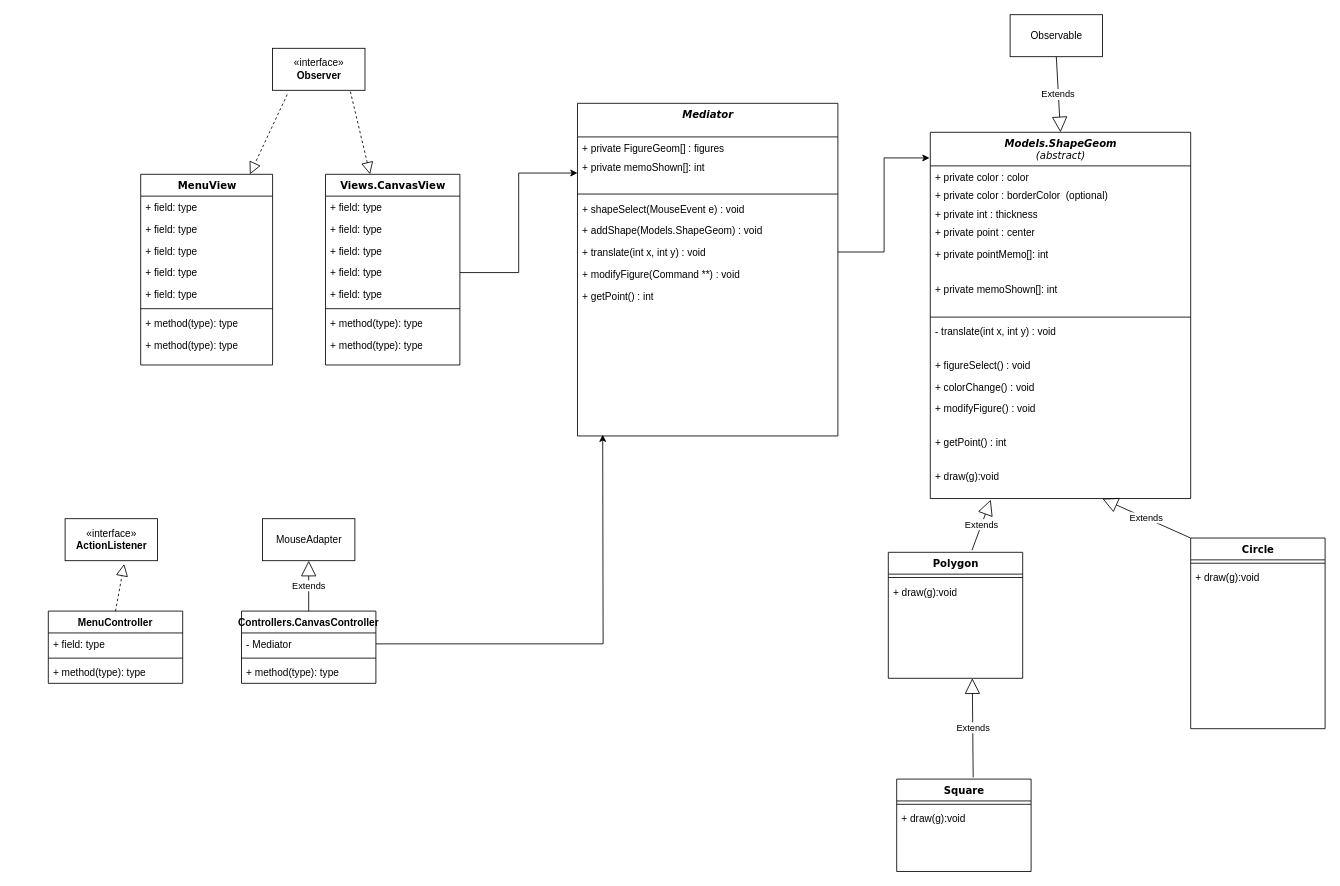
DrNossberg/GeomPaint keeps this draw.io diagram as ClassDiagram.drawio. Above is the earlier version. Source tidied: cells renumbered, new cells numbered last; positions are measured from the earlier drawing's top-left corner, leaving out a move shared by most shapes. Both pictures are drawn from the tidied source at 84%, with x=0, y=0 at pixel (48, 14).
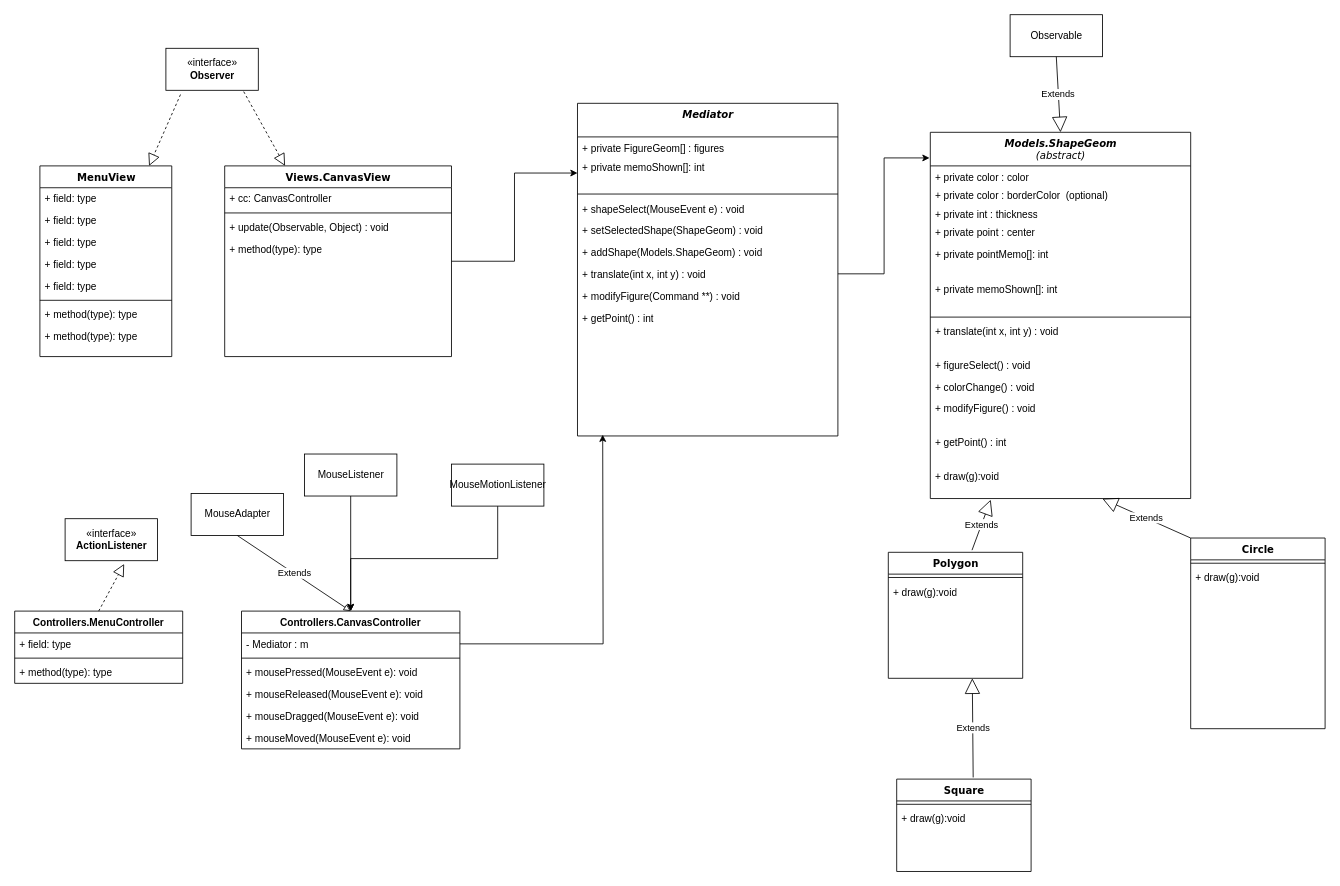
The same page after the edit.

Commit message:
[ClassDiagram] Updated Canvas Controller to match last push

Unchanged cells that the change refers to:
```xml
<mxCell id="2" value="&lt;div&gt;&lt;i&gt;Models.ShapeGeom&lt;/i&gt;&lt;/div&gt;&lt;div&gt;&lt;i&gt;&lt;span style=&quot;font-weight: normal&quot;&gt;(abstract)&lt;/span&gt;&lt;br&gt;&lt;/i&gt;&lt;/div&gt;" style="swimlane;html=1;fontStyle=1;align=center;verticalAlign=top;horizontal=1;startSize=40;swimlaneFillColor=#ffffff;rounded=0;shadow=0;comic=0;labelBackgroundColor=none;strokeWidth=1;fillColor=none;fontFamily=Verdana;fontSize=12;" parent="1" vertex="1">
  <mxGeometry x="1050" y="140" width="310" height="436" as="geometry" />
</mxCell>
<mxCell id="35" value="&lt;div&gt;&lt;i&gt;Mediator&lt;/i&gt;&lt;/div&gt;" style="swimlane;html=1;fontStyle=1;align=center;verticalAlign=top;horizontal=1;startSize=40;swimlaneFillColor=#ffffff;rounded=0;shadow=0;comic=0;labelBackgroundColor=none;strokeWidth=1;fillColor=none;fontFamily=Verdana;fontSize=12;" parent="1" vertex="1">
  <mxGeometry x="630" y="105.5" width="310" height="396" as="geometry" />
</mxCell>
<mxCell id="37" value="&lt;div&gt;+ private memoShown[]: int&lt;br&gt;&lt;/div&gt;&lt;div&gt;&lt;br&gt;&lt;/div&gt;" style="text;html=1;strokeColor=none;fillColor=none;align=left;verticalAlign=top;spacingLeft=4;spacingRight=4;whiteSpace=wrap;overflow=hidden;points=[[0,0.5],[1,0.5]];portConstraint=eastwest;" parent="35" vertex="1">
  <mxGeometry y="62" width="310" height="42" as="geometry" />
</mxCell>
```

The edit, as a diff of the source:
```diff
@@
-    <mxCell id="10" value="- translate(int x, int y) : void" style="text;html=1;strokeColor=none;fillColor=none;align=left;verticalAlign=top;spacingLeft=4;spacingRight=4;whiteSpace=wrap;overflow=hidden;" parent="2" vertex="1">
+    <mxCell id="10" value="+ translate(int x, int y) : void" style="text;html=1;strokeColor=none;fillColor=none;align=left;verticalAlign=top;spacingLeft=4;spacingRight=4;whiteSpace=wrap;overflow=hidden;" parent="2" vertex="1">
       <mxGeometry y="224" width="310" height="40" as="geometry" />
     </mxCell>
@@
     <mxCell id="22" value="Views.CanvasView" style="swimlane;html=1;fontStyle=1;align=center;verticalAlign=top;horizontal=1;startSize=26;swimlaneFillColor=#ffffff;rounded=0;shadow=0;comic=0;labelBackgroundColor=none;strokeWidth=1;fillColor=none;fontFamily=Verdana;fontSize=12;" parent="1" vertex="1">
-      <mxGeometry x="330" y="190" width="160" height="227" as="geometry" />
+      <mxGeometry x="210" y="180" width="270" height="227" as="geometry" />
     </mxCell>
-    <mxCell id="23" value="+ field: type" style="text;html=1;strokeColor=none;fillColor=none;align=left;verticalAlign=top;spacingLeft=4;spacingRight=4;whiteSpace=wrap;overflow=hidden;" parent="22" vertex="1">
-      <mxGeometry y="26" width="160" height="26" as="geometry" />
+    <mxCell id="23" value="+ cc: CanvasController" style="text;html=1;strokeColor=none;fillColor=none;align=left;verticalAlign=top;spacingLeft=4;spacingRight=4;whiteSpace=wrap;overflow=hidden;" parent="22" vertex="1">
+      <mxGeometry y="26" width="270" height="26" as="geometry" />
     </mxCell>
-    <mxCell id="24" value="+ field: type" style="text;html=1;strokeColor=none;fillColor=none;align=left;verticalAlign=top;spacingLeft=4;spacingRight=4;whiteSpace=wrap;overflow=hidden;" parent="22" vertex="1">
-      <mxGeometry y="52" width="160" height="26" as="geometry" />
-    </mxCell>
-    <mxCell id="25" value="+ field: type" style="text;html=1;strokeColor=none;fillColor=none;align=left;verticalAlign=top;spacingLeft=4;spacingRight=4;whiteSpace=wrap;overflow=hidden;" parent="22" vertex="1">
-      <mxGeometry y="78" width="160" height="26" as="geometry" />
-    </mxCell>
-    <mxCell id="26" value="+ field: type" style="text;html=1;strokeColor=none;fillColor=none;align=left;verticalAlign=top;spacingLeft=4;spacingRight=4;whiteSpace=wrap;overflow=hidden;points=[[0,0.5],[1,0.5]];portConstraint=eastwest;" parent="22" vertex="1">
-      <mxGeometry y="104" width="160" height="26" as="geometry" />
-    </mxCell>
-    <mxCell id="27" value="+ field: type" style="text;html=1;strokeColor=none;fillColor=none;align=left;verticalAlign=top;spacingLeft=4;spacingRight=4;whiteSpace=wrap;overflow=hidden;" parent="22" vertex="1">
-      <mxGeometry y="130" width="160" height="26" as="geometry" />
-    </mxCell>
     <mxCell id="28" style="line;html=1;strokeWidth=1;fillColor=none;align=left;verticalAlign=middle;spacingTop=-1;spacingLeft=3;spacingRight=3;labelPosition=right;" parent="22" vertex="1">
-      <mxGeometry y="156" width="160" height="8" as="geometry" />
+      <mxGeometry y="52" width="270" height="8" as="geometry" />
     </mxCell>
-    <mxCell id="29" value="+ method(type): type" style="text;html=1;strokeColor=none;fillColor=none;align=left;verticalAlign=top;spacingLeft=4;spacingRight=4;whiteSpace=wrap;overflow=hidden;" parent="22" vertex="1">
-      <mxGeometry y="164" width="160" height="26" as="geometry" />
+    <mxCell id="29" value="+ update(Observable, Object) : void" style="text;html=1;strokeColor=none;fillColor=none;align=left;verticalAlign=top;spacingLeft=4;spacingRight=4;whiteSpace=wrap;overflow=hidden;" parent="22" vertex="1">
+      <mxGeometry y="60" width="270" height="26" as="geometry" />
     </mxCell>
     <mxCell id="30" value="+ method(type): type" style="text;html=1;strokeColor=none;fillColor=none;align=left;verticalAlign=top;spacingLeft=4;spacingRight=4;whiteSpace=wrap;overflow=hidden;" parent="22" vertex="1">
-      <mxGeometry y="190" width="160" height="26" as="geometry" />
+      <mxGeometry y="86" width="270" height="26" as="geometry" />
     </mxCell>
@@
+    <mxCell id="75" value="+ setSelectedShape(ShapeGeom) : void" style="text;html=1;strokeColor=none;fillColor=none;align=left;verticalAlign=top;spacingLeft=4;spacingRight=4;whiteSpace=wrap;overflow=hidden;" parent="35" vertex="1">
+      <mxGeometry y="138" width="310" height="26" as="geometry" />
+    </mxCell>
     <mxCell id="40" value="+ addShape(Models.ShapeGeom) : void" style="text;html=1;strokeColor=none;fillColor=none;align=left;verticalAlign=top;spacingLeft=4;spacingRight=4;whiteSpace=wrap;overflow=hidden;" parent="35" vertex="1">
-      <mxGeometry y="138" width="310" height="26" as="geometry" />
+      <mxGeometry y="164" width="310" height="26" as="geometry" />
     </mxCell>
     <mxCell id="41" value="+ translate(int x, int y) : void" style="text;html=1;strokeColor=none;fillColor=none;align=left;verticalAlign=top;spacingLeft=4;spacingRight=4;whiteSpace=wrap;overflow=hidden;points=[[0,0.5],[1,0.5]];portConstraint=eastwest;" parent="35" vertex="1">
-      <mxGeometry y="164" width="310" height="26" as="geometry" />
+      <mxGeometry y="190" width="310" height="26" as="geometry" />
     </mxCell>
     <mxCell id="42" value="+ modifyFigure(Command **) : void" style="text;html=1;strokeColor=none;fillColor=none;align=left;verticalAlign=top;spacingLeft=4;spacingRight=4;whiteSpace=wrap;overflow=hidden;" parent="35" vertex="1">
-      <mxGeometry y="190" width="310" height="26" as="geometry" />
+      <mxGeometry y="216" width="310" height="26" as="geometry" />
     </mxCell>
     <mxCell id="43" value="+ getPoint() : int" style="text;html=1;strokeColor=none;fillColor=none;align=left;verticalAlign=top;spacingLeft=4;spacingRight=4;whiteSpace=wrap;overflow=hidden;" parent="35" vertex="1">
-      <mxGeometry y="216" width="310" height="26" as="geometry" />
+      <mxGeometry y="242" width="310" height="26" as="geometry" />
     </mxCell>
     <mxCell id="44" value="MenuView" style="swimlane;html=1;fontStyle=1;align=center;verticalAlign=top;horizontal=1;startSize=26;swimlaneFillColor=#ffffff;rounded=0;shadow=0;comic=0;labelBackgroundColor=none;strokeWidth=1;fillColor=none;fontFamily=Verdana;fontSize=12;" parent="1" vertex="1">
-      <mxGeometry x="110" y="190" width="157" height="227" as="geometry" />
+      <mxGeometry x="-10" y="180" width="157" height="227" as="geometry" />
     </mxCell>
@@
     <mxCell id="55" value="«interface»&lt;br&gt;&lt;div&gt;&lt;b&gt;Observer&lt;/b&gt;&lt;/div&gt;" style="html=1;" parent="1" vertex="1">
-      <mxGeometry x="267" y="40" width="110" height="50" as="geometry" />
+      <mxGeometry x="140" y="40" width="110" height="50" as="geometry" />
     </mxCell>
@@
-    <mxCell id="58" style="edgeStyle=orthogonalEdgeStyle;rounded=0;jettySize=auto;html=1;exitX=1;exitY=0.5;exitDx=0;exitDy=0;" parent="1" edge="1" source="26" target="37">
+    <mxCell id="58" style="edgeStyle=orthogonalEdgeStyle;rounded=0;jettySize=auto;html=1;" parent="1" edge="1" source="22" target="37">
       <mxGeometry relative="1" as="geometry" />
     </mxCell>
@@
     <mxCell id="60" value="MouseAdapter" style="html=1;" parent="1" vertex="1">
-      <mxGeometry x="255" y="600" width="110" height="50" as="geometry" />
+      <mxGeometry x="170" y="570" width="110" height="50" as="geometry" />
     </mxCell>
     <mxCell id="61" value="Controllers.CanvasController" style="swimlane;fontStyle=1;align=center;verticalAlign=top;horizontal=1;startSize=26;" parent="1" vertex="1">
-      <mxGeometry x="230" y="710" width="160" height="86" as="geometry" />
+      <mxGeometry x="230" y="710" width="260" height="164" as="geometry" />
     </mxCell>
-    <mxCell id="62" value="- Mediator" style="text;strokeColor=none;fillColor=none;align=left;verticalAlign=top;spacingLeft=4;spacingRight=4;overflow=hidden;points=[[0,0.5],[1,0.5]];portConstraint=eastwest;" parent="61" vertex="1">
-      <mxGeometry y="26" width="160" height="26" as="geometry" />
+    <mxCell id="62" value="- Mediator : m" style="text;strokeColor=none;fillColor=none;align=left;verticalAlign=top;spacingLeft=4;spacingRight=4;overflow=hidden;points=[[0,0.5],[1,0.5]];portConstraint=eastwest;" parent="61" vertex="1">
+      <mxGeometry y="26" width="260" height="26" as="geometry" />
     </mxCell>
     <mxCell id="63" style="line;strokeWidth=1;fillColor=none;align=left;verticalAlign=middle;spacingTop=-1;spacingLeft=3;spacingRight=3;labelPosition=right;" parent="61" vertex="1">
-      <mxGeometry y="52" width="160" height="8" as="geometry" />
+      <mxGeometry y="52" width="260" height="8" as="geometry" />
     </mxCell>
-    <mxCell id="64" value="+ method(type): type" style="text;strokeColor=none;fillColor=none;align=left;verticalAlign=top;spacingLeft=4;spacingRight=4;overflow=hidden;" parent="61" vertex="1">
-      <mxGeometry y="60" width="160" height="26" as="geometry" />
+    <mxCell id="64" value="+ mousePressed(MouseEvent e): void" style="text;strokeColor=none;fillColor=none;align=left;verticalAlign=top;spacingLeft=4;spacingRight=4;overflow=hidden;" parent="61" vertex="1">
+      <mxGeometry y="60" width="260" height="26" as="geometry" />
     </mxCell>
+    <mxCell id="76" value="+ mouseReleased(MouseEvent e): void" style="text;strokeColor=none;fillColor=none;align=left;verticalAlign=top;spacingLeft=4;spacingRight=4;overflow=hidden;" parent="61" vertex="1">
+      <mxGeometry y="86" width="260" height="26" as="geometry" />
+    </mxCell>
+    <mxCell id="77" value="+ mouseDragged(MouseEvent e): void" style="text;strokeColor=none;fillColor=none;align=left;verticalAlign=top;spacingLeft=4;spacingRight=4;overflow=hidden;" parent="61" vertex="1">
+      <mxGeometry y="112" width="260" height="26" as="geometry" />
+    </mxCell>
+    <mxCell id="78" value="+ mouseMoved(MouseEvent e): void" style="text;strokeColor=none;fillColor=none;align=left;verticalAlign=top;spacingLeft=4;spacingRight=4;overflow=hidden;" parent="61" vertex="1">
+      <mxGeometry y="138" width="260" height="26" as="geometry" />
+    </mxCell>
-    <mxCell id="65" value="Extends" style="endArrow=block;endSize=16;endFill=0;html=1;exitX=0.5;exitY=0;exitDx=0;exitDy=0;entryX=0.5;entryY=1;entryDx=0;entryDy=0;" parent="1" edge="1" source="61" target="60">
+    <mxCell id="65" value="Extends" style="endArrow=none;endSize=16;endFill=0;html=1;exitX=0.5;exitY=0;exitDx=0;exitDy=0;entryX=0.5;entryY=1;entryDx=0;entryDy=0;startArrow=block;startFill=0;" parent="1" edge="1" source="61" target="60">
       <mxGeometry relative="1" as="geometry" />
     </mxCell>
@@
-    <mxCell id="69" value="MenuController" style="swimlane;fontStyle=1;align=center;verticalAlign=top;horizontal=1;startSize=26;" parent="1" vertex="1">
-      <mxGeometry y="710" width="160" height="86" as="geometry" />
+    <mxCell id="69" value="Controllers.MenuController" style="swimlane;fontStyle=1;align=center;verticalAlign=top;horizontal=1;startSize=26;" parent="1" vertex="1">
+      <mxGeometry x="-40" y="710" width="200" height="86" as="geometry" />
     </mxCell>
     <mxCell id="70" value="+ field: type" style="text;strokeColor=none;fillColor=none;align=left;verticalAlign=top;spacingLeft=4;spacingRight=4;overflow=hidden;" parent="69" vertex="1">
-      <mxGeometry y="26" width="160" height="26" as="geometry" />
+      <mxGeometry y="26" width="200" height="26" as="geometry" />
     </mxCell>
     <mxCell id="71" style="line;strokeWidth=1;fillColor=none;align=left;verticalAlign=middle;spacingTop=-1;spacingLeft=3;spacingRight=3;labelPosition=right;" parent="69" vertex="1">
-      <mxGeometry y="52" width="160" height="8" as="geometry" />
+      <mxGeometry y="52" width="200" height="8" as="geometry" />
     </mxCell>
     <mxCell id="72" value="+ method(type): type" style="text;strokeColor=none;fillColor=none;align=left;verticalAlign=top;spacingLeft=4;spacingRight=4;overflow=hidden;" parent="69" vertex="1">
-      <mxGeometry y="60" width="160" height="26" as="geometry" />
+      <mxGeometry y="60" width="200" height="26" as="geometry" />
     </mxCell>
@@
+    <mxCell id="79" style="edgeStyle=orthogonalEdgeStyle;rounded=0;jettySize=auto;html=1;entryX=0.5;entryY=0;entryDx=0;entryDy=0;" parent="1" edge="1" source="80" target="61">
+      <mxGeometry relative="1" as="geometry" />
+    </mxCell>
+    <mxCell id="80" value="MouseListener" style="html=1;" parent="1" vertex="1">
+      <mxGeometry x="305" y="523" width="110" height="50" as="geometry" />
+    </mxCell>
+    <mxCell id="81" style="edgeStyle=orthogonalEdgeStyle;rounded=0;jettySize=auto;html=1;" parent="1" edge="1" source="82" target="61">
+      <mxGeometry relative="1" as="geometry" />
+    </mxCell>
+    <mxCell id="82" value="MouseMotionListener" style="html=1;" parent="1" vertex="1">
+      <mxGeometry x="480" y="535" width="110" height="50" as="geometry" />
+    </mxCell>
```
